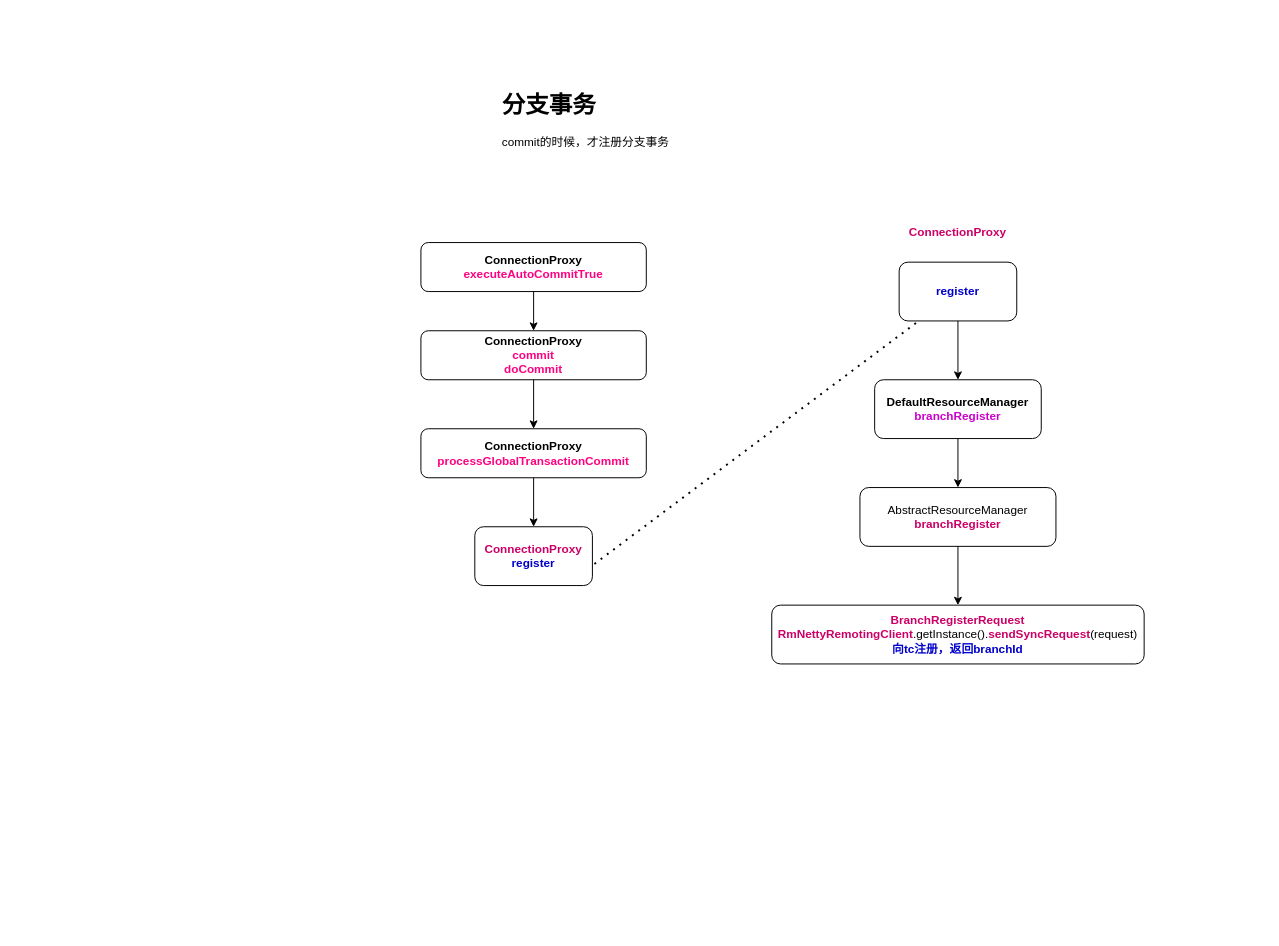
The draw.io diagram page "分支事务" (5 of 7) of 源码/seata/seata.drawio in kongq1983/document, before the edit. Source tidied: cells renumbered, new cells numbered last; positions are measured from the earlier drawing's top-left corner, leaving out a move shared by most shapes. Both pictures are drawn from the tidied source at 98%, with x=0, y=0 at pixel (420, 85).
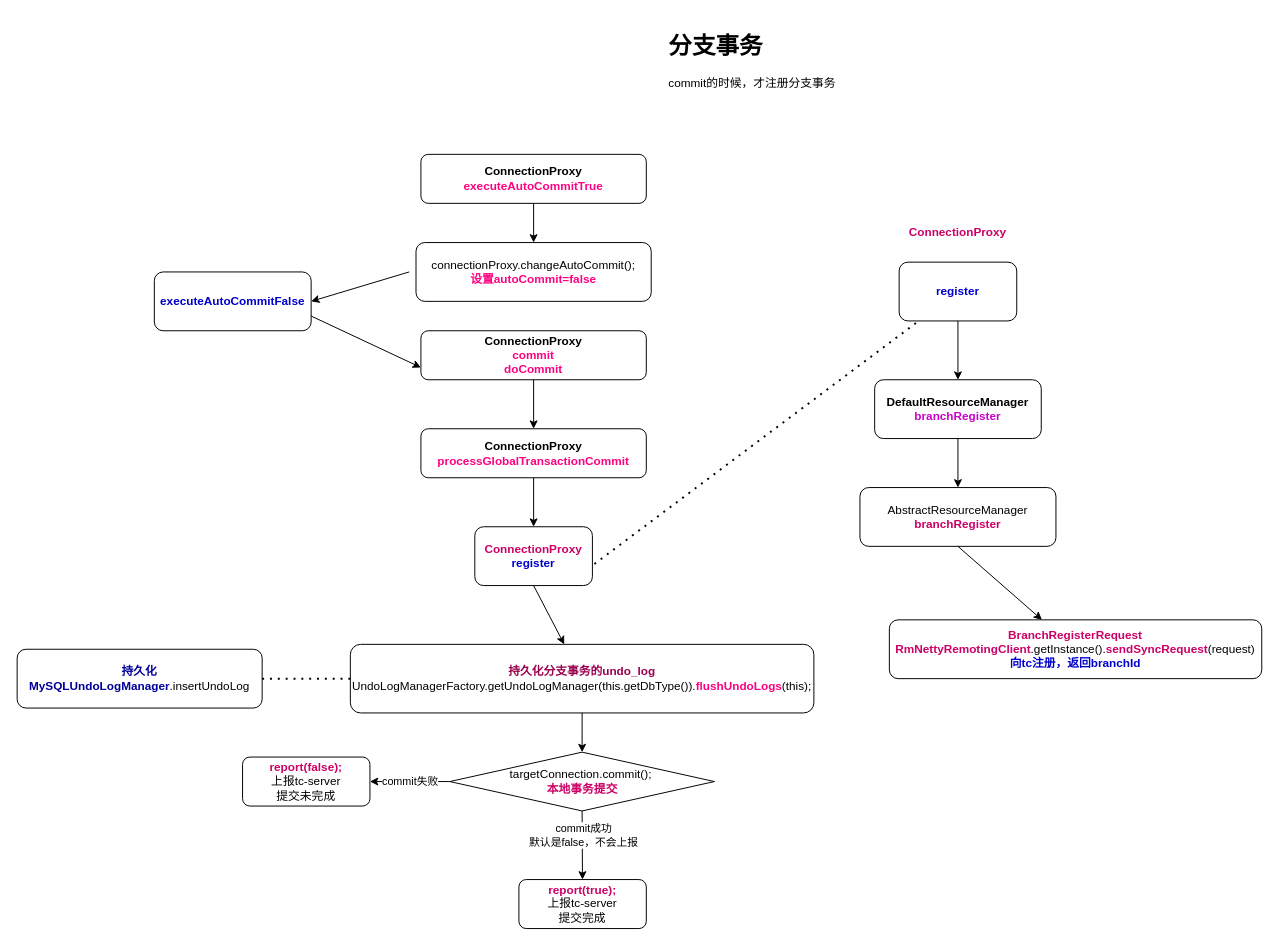
After the change.

The change refers to these unchanged cells:
```xml
<mxCell id="2" value="&lt;b&gt;&lt;font color=&quot;#cc0066&quot;&gt;ConnectionProxy&lt;/font&gt;&lt;/b&gt;&lt;br&gt;&lt;b&gt;&lt;font color=&quot;#0000cc&quot;&gt;register&lt;/font&gt;&lt;/b&gt;" style="rounded=1;whiteSpace=wrap;html=1;" parent="1" vertex="1">
  <mxGeometry x="55" y="450" width="120" height="60" as="geometry" />
</mxCell>
<mxCell id="14" value="&lt;b&gt;ConnectionProxy&lt;/b&gt;&lt;br&gt;&lt;font color=&quot;#ff0080&quot;&gt;&lt;b&gt;commit&lt;br&gt;doCommit&lt;/b&gt;&lt;/font&gt;" style="rounded=1;whiteSpace=wrap;html=1;" parent="1" vertex="1">
  <mxGeometry y="250" width="230" height="50" as="geometry" />
</mxCell>
```

Diff of the diagram source:
```diff
@@
     <mxCell id="10" value="&lt;font color=&quot;#cc0066&quot;&gt;&lt;b&gt;BranchRegisterRequest&lt;/b&gt;&lt;br&gt;&lt;b&gt;RmNettyRemotingClient&lt;/b&gt;&lt;/font&gt;.getInstance().&lt;b&gt;&lt;font color=&quot;#cc0066&quot;&gt;sendSyncRequest&lt;/font&gt;&lt;/b&gt;(request)&lt;br&gt;&lt;b&gt;&lt;font color=&quot;#0000cc&quot;&gt;向tc注册，返回branchId&lt;/font&gt;&lt;/b&gt;" style="rounded=1;whiteSpace=wrap;html=1;" parent="1" vertex="1">
-      <mxGeometry x="358" y="530" width="380" height="60" as="geometry" />
+      <mxGeometry x="478" y="545" width="380" height="60" as="geometry" />
     </mxCell>
@@
     <mxCell id="16" value="&lt;b&gt;ConnectionProxy&lt;/b&gt;&lt;br&gt;&lt;font color=&quot;#ff0080&quot;&gt;&lt;b&gt;executeAutoCommitTrue&lt;/b&gt;&lt;/font&gt;" style="rounded=1;whiteSpace=wrap;html=1;" parent="1" vertex="1">
-      <mxGeometry y="160" width="230" height="50" as="geometry" />
+      <mxGeometry y="70" width="230" height="50" as="geometry" />
     </mxCell>
-    <mxCell id="17" style="endArrow=classic;html=1;exitX=0.5;exitY=1;exitDx=0;exitDy=0;" parent="1" edge="1" source="16" target="14">
-      <mxGeometry relative="1" as="geometry" />
-    </mxCell>
     <mxCell id="18" value="&lt;h1&gt;分支事务&lt;/h1&gt;&lt;p&gt;commit的时候，才注册分支事务&lt;/p&gt;" style="text;html=1;strokeColor=none;fillColor=none;spacing=5;spacingTop=-20;whiteSpace=wrap;overflow=hidden;rounded=0;" parent="1" vertex="1">
-      <mxGeometry x="78" width="190" height="120" as="geometry" />
+      <mxGeometry x="248" y="-60" width="190" height="120" as="geometry" />
     </mxCell>
+    <mxCell id="19" value="&lt;b&gt;&lt;font color=&quot;#99004d&quot;&gt;持久化分支事务的undo_log&lt;/font&gt;&lt;/b&gt;&lt;br&gt;UndoLogManagerFactory.getUndoLogManager(this.getDbType()).&lt;b&gt;&lt;font color=&quot;#ff0080&quot;&gt;flushUndoLogs&lt;/font&gt;&lt;/b&gt;(this);" style="rounded=1;whiteSpace=wrap;html=1;" parent="1" vertex="1">
+      <mxGeometry x="-72" y="570" width="473" height="70" as="geometry" />
+    </mxCell>
+    <mxCell id="20" style="endArrow=classic;html=1;exitX=0.5;exitY=1;exitDx=0;exitDy=0;" parent="1" edge="1" source="2" target="19">
+      <mxGeometry relative="1" as="geometry" />
+    </mxCell>
+    <mxCell id="21" value="&lt;b&gt;&lt;font color=&quot;#000099&quot;&gt;持久化&lt;br&gt;MySQLUndoLogManager&lt;/font&gt;&lt;/b&gt;.insertUndoLog" style="rounded=1;whiteSpace=wrap;html=1;" parent="1" vertex="1">
+      <mxGeometry x="-412" y="575" width="250" height="60" as="geometry" />
+    </mxCell>
+    <mxCell id="22" style="endArrow=none;dashed=1;html=1;dashPattern=1 3;strokeWidth=2;exitX=1;exitY=0.5;exitDx=0;exitDy=0;" parent="1" edge="1" source="21" target="19">
+      <mxGeometry relative="1" as="geometry" />
+    </mxCell>
+    <mxCell id="23" style="endArrow=classic;html=1;exitX=0.5;exitY=1;exitDx=0;exitDy=0;" parent="1" edge="1" source="19">
+      <mxGeometry relative="1" as="geometry">
+        <mxPoint x="164.5" y="680" as="targetPoint" />
+      </mxGeometry>
+    </mxCell>
+    <mxCell id="24" value="&lt;span&gt;targetConnection.commit();&amp;nbsp;&lt;/span&gt;&lt;br&gt;&lt;b&gt;&lt;font color=&quot;#cc0066&quot;&gt;本地事务提交&lt;/font&gt;&lt;/b&gt;" style="rhombus;whiteSpace=wrap;html=1;" parent="1" vertex="1">
+      <mxGeometry x="29.5" y="680" width="270" height="60" as="geometry" />
+    </mxCell>
+    <mxCell id="25" value="&lt;b&gt;&lt;font color=&quot;#cc0066&quot;&gt;report(false);&lt;/font&gt;&lt;/b&gt;&lt;br&gt;上报tc-server&lt;br&gt;提交未完成" style="rounded=1;whiteSpace=wrap;html=1;" parent="1" vertex="1">
+      <mxGeometry x="-182" y="685" width="130" height="50" as="geometry" />
+    </mxCell>
+    <mxCell id="26" value="commit失败" style="endArrow=classic;html=1;exitX=0;exitY=0.5;exitDx=0;exitDy=0;" parent="1" edge="1" source="24" target="25">
+      <mxGeometry relative="1" as="geometry" />
+    </mxCell>
+    <mxCell id="27" value="&lt;b&gt;&lt;font color=&quot;#cc0066&quot;&gt;report(true);&lt;/font&gt;&lt;/b&gt;&lt;br&gt;上报tc-server&lt;br&gt;提交完成" style="rounded=1;whiteSpace=wrap;html=1;" parent="1" vertex="1">
+      <mxGeometry x="100" y="810" width="130" height="50" as="geometry" />
+    </mxCell>
+    <mxCell id="28" style="endArrow=classic;html=1;exitX=0.5;exitY=1;exitDx=0;exitDy=0;" parent="1" edge="1" source="24" target="27">
+      <mxGeometry relative="1" as="geometry" />
+    </mxCell>
+    <mxCell id="29" value="commit成功&lt;br&gt;默认是false，不会上报" style="edgeLabel;html=1;align=center;verticalAlign=middle;" parent="28" vertex="1">
+      <mxGeometry x="-0.29" y="1" relative="1" as="geometry" />
+    </mxCell>
+    <mxCell id="30" value="connectionProxy.changeAutoCommit();&lt;br&gt;&lt;b&gt;&lt;font color=&quot;#ff0080&quot;&gt;设置autoCommit=false&lt;/font&gt;&lt;/b&gt;" style="rounded=1;whiteSpace=wrap;html=1;" parent="1" vertex="1">
+      <mxGeometry x="-5" y="160" width="240" height="60" as="geometry" />
+    </mxCell>
+    <mxCell id="31" style="endArrow=classic;html=1;exitX=0.5;exitY=1;exitDx=0;exitDy=0;" parent="1" edge="1" source="16" target="30">
+      <mxGeometry relative="1" as="geometry" />
+    </mxCell>
+    <mxCell id="32" style="endArrow=classic;html=1;entryX=1;entryY=0.5;entryDx=0;entryDy=0;" parent="1" edge="1" target="33">
+      <mxGeometry relative="1" as="geometry">
+        <mxPoint x="-12" y="190" as="sourcePoint" />
+      </mxGeometry>
+    </mxCell>
+    <mxCell id="33" value="&lt;b&gt;&lt;font color=&quot;#0000cc&quot;&gt;executeAutoCommitFalse&lt;/font&gt;&lt;/b&gt;" style="rounded=1;whiteSpace=wrap;html=1;" parent="1" vertex="1">
+      <mxGeometry x="-272" y="190" width="160" height="60" as="geometry" />
+    </mxCell>
+    <mxCell id="34" style="endArrow=classic;html=1;exitX=1;exitY=0.75;exitDx=0;exitDy=0;entryX=0;entryY=0.75;entryDx=0;entryDy=0;" parent="1" edge="1" source="33" target="14">
+      <mxGeometry relative="1" as="geometry" />
+    </mxCell>
```
